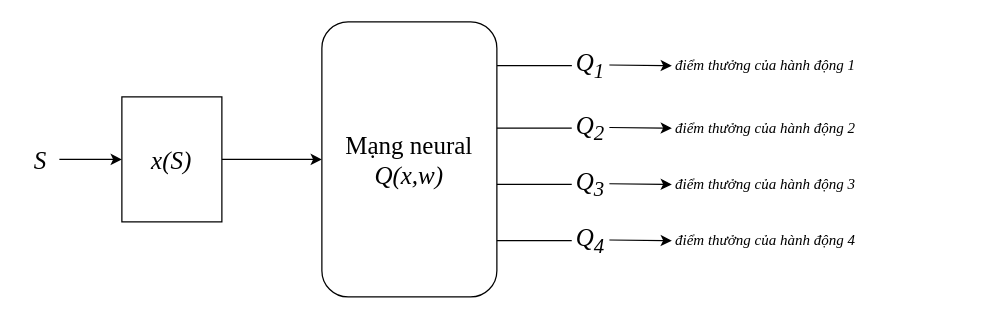
The draw.io diagram DQN.drawio in dewwripper/snake-ai-pytorch, before the edit. Source tidied: cells renumbered, new cells numbered last; positions are measured from the earlier drawing's top-left corner, leaving out a move shared by most shapes. Both pictures are drawn from the tidied source at 125%, with x=0, y=0 at pixel (21, 21).
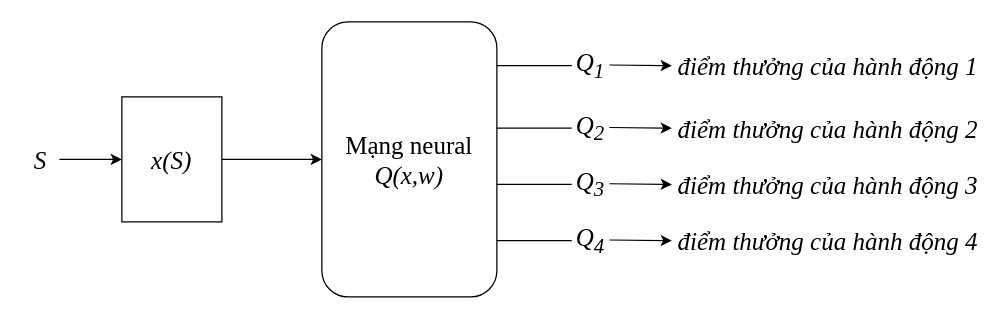
The same diagram, later.

Diff of the diagram source:
```diff
@@
-    <mxCell id="16" value="&lt;font face=&quot;Times New Roman&quot;&gt;&lt;i&gt;điểm thưởng của hành động 1&lt;br&gt;&lt;/i&gt;&lt;/font&gt;" style="text;html=1;strokeColor=none;fillColor=none;align=center;verticalAlign=middle;whiteSpace=wrap;rounded=0;" parent="1" vertex="1">
-      <mxGeometry x="520" y="20" width="150" height="30" as="geometry" />
+    <mxCell id="16" value="&lt;font style=&quot;font-size: 20px;&quot; face=&quot;Times New Roman&quot;&gt;&lt;i style=&quot;font-size: 20px;&quot;&gt;điểm thưởng của hành động 1&lt;br style=&quot;font-size: 20px;&quot;&gt;&lt;/i&gt;&lt;/font&gt;" style="text;html=1;strokeColor=none;fillColor=none;align=center;verticalAlign=middle;whiteSpace=wrap;rounded=0;fontSize=20;" parent="1" vertex="1">
+      <mxGeometry x="520" y="20" width="250" height="30" as="geometry" />
     </mxCell>
@@
-    <mxCell id="18" value="&lt;font face=&quot;Times New Roman&quot;&gt;&lt;i&gt;điểm thưởng của hành động 2&lt;br&gt;&lt;/i&gt;&lt;/font&gt;" style="text;html=1;strokeColor=none;fillColor=none;align=center;verticalAlign=middle;whiteSpace=wrap;rounded=0;" parent="1" vertex="1">
-      <mxGeometry x="520" y="70" width="150" height="30" as="geometry" />
+    <mxCell id="18" value="&lt;font style=&quot;font-size: 20px;&quot; face=&quot;Times New Roman&quot;&gt;&lt;i style=&quot;font-size: 20px;&quot;&gt;điểm thưởng của hành động 2&lt;br style=&quot;font-size: 20px;&quot;&gt;&lt;/i&gt;&lt;/font&gt;" style="text;html=1;strokeColor=none;fillColor=none;align=center;verticalAlign=middle;whiteSpace=wrap;rounded=0;fontSize=20;" parent="1" vertex="1">
+      <mxGeometry x="520" y="70" width="250" height="30" as="geometry" />
     </mxCell>
@@
-    <mxCell id="20" value="&lt;font face=&quot;Times New Roman&quot;&gt;&lt;i&gt;điểm thưởng của hành động 3&lt;br&gt;&lt;/i&gt;&lt;/font&gt;" style="text;html=1;strokeColor=none;fillColor=none;align=center;verticalAlign=middle;whiteSpace=wrap;rounded=0;" parent="1" vertex="1">
-      <mxGeometry x="520" y="115" width="150" height="30" as="geometry" />
+    <mxCell id="20" value="&lt;font style=&quot;font-size: 20px;&quot; face=&quot;Times New Roman&quot;&gt;&lt;i style=&quot;font-size: 20px;&quot;&gt;điểm thưởng của hành động 3&lt;br style=&quot;font-size: 20px;&quot;&gt;&lt;/i&gt;&lt;/font&gt;" style="text;html=1;strokeColor=none;fillColor=none;align=center;verticalAlign=middle;whiteSpace=wrap;rounded=0;fontSize=20;" parent="1" vertex="1">
+      <mxGeometry x="520" y="115" width="250" height="30" as="geometry" />
     </mxCell>
@@
-    <mxCell id="22" value="&lt;font face=&quot;Times New Roman&quot;&gt;&lt;i&gt;điểm thưởng của hành động 4&lt;br&gt;&lt;/i&gt;&lt;/font&gt;" style="text;html=1;strokeColor=none;fillColor=none;align=center;verticalAlign=middle;whiteSpace=wrap;rounded=0;" parent="1" vertex="1">
-      <mxGeometry x="520" y="160" width="150" height="30" as="geometry" />
+    <mxCell id="22" value="&lt;font style=&quot;font-size: 20px;&quot; face=&quot;Times New Roman&quot;&gt;&lt;i style=&quot;font-size: 20px;&quot;&gt;điểm thưởng của hành động 4&lt;br style=&quot;font-size: 20px;&quot;&gt;&lt;/i&gt;&lt;/font&gt;" style="text;html=1;strokeColor=none;fillColor=none;align=center;verticalAlign=middle;whiteSpace=wrap;rounded=0;fontSize=20;" parent="1" vertex="1">
+      <mxGeometry x="520" y="160" width="250" height="30" as="geometry" />
     </mxCell>
```
